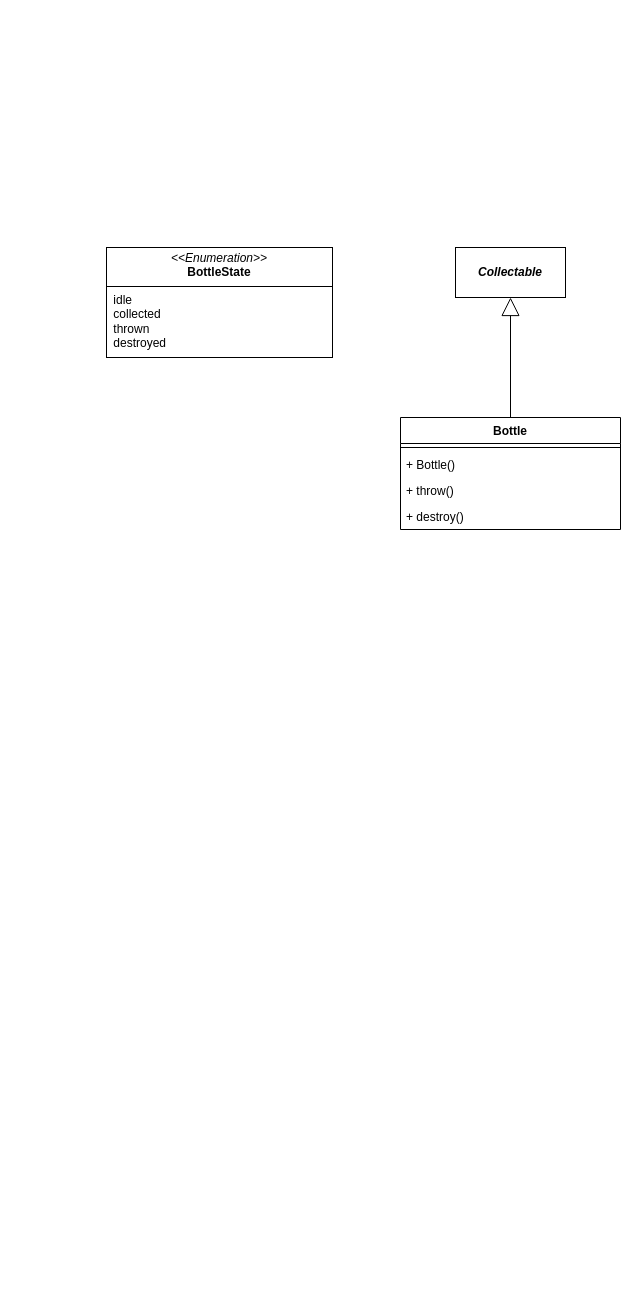
Before: docs/issue/80-diagram.drawio in elma1989/el-pollo-loco, a draw.io diagram. Source tidied: cells renumbered, new cells numbered last; positions are measured from the earlier drawing's top-left corner, leaving out a move shared by most shapes. Both pictures are drawn from the tidied source at 100%, with x=0, y=0 at pixel (106, 247).
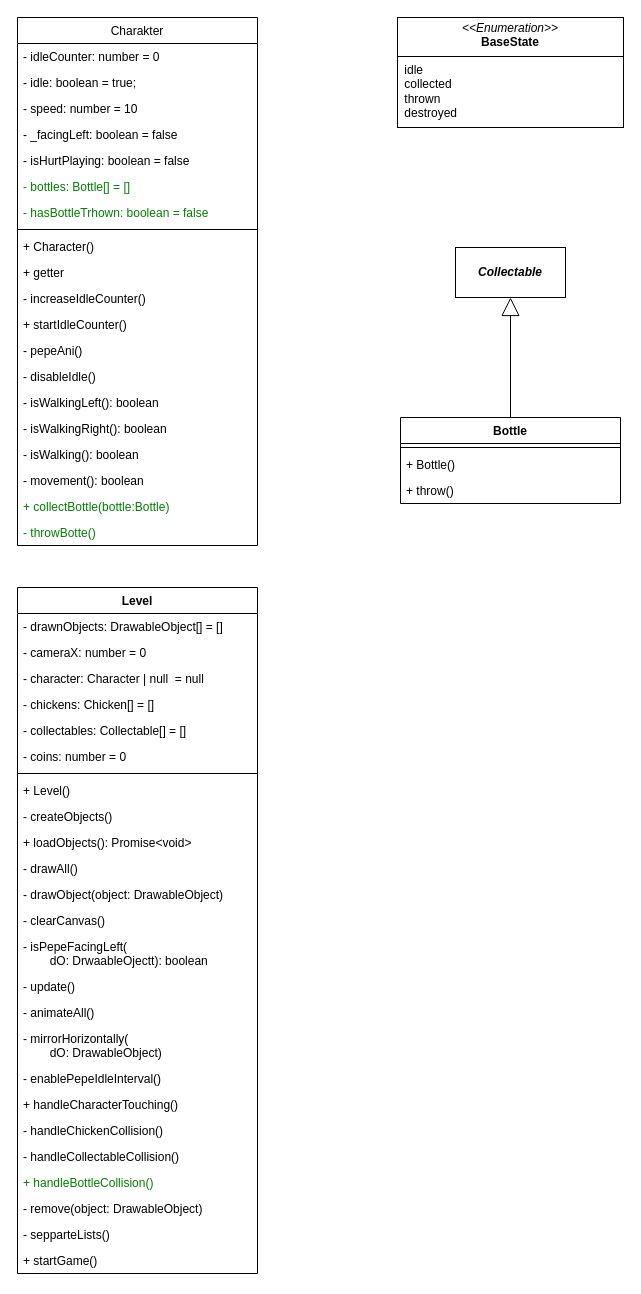
The same diagram, later.

Commit message (it also covers changes not shown here):
doc: Updated issue 80 diagram - Update Character, Level

Change to the diagram source:
```diff
@@
     <mxCell id="3" value="Bottle" style="swimlane;fontStyle=1;align=center;verticalAlign=top;horizontal=1;startSize=26;whiteSpace=wrap;html=1;" parent="1" vertex="1">
-      <mxGeometry x="294" y="170" width="220" height="112" as="geometry" />
+      <mxGeometry x="294" y="170" width="220" height="86" as="geometry" />
     </mxCell>
@@
-    <mxCell id="7" value="+ destroy()" style="text;strokeColor=none;fillColor=none;align=left;verticalAlign=top;spacingLeft=4;spacingRight=4;overflow=hidden;whiteSpace=wrap;html=1;fontStyle=0;" parent="3" vertex="1">
-      <mxGeometry y="86" width="220" height="26" as="geometry" />
-    </mxCell>
@@
-    <mxCell id="9" value="&lt;p style=&quot;margin:0px;margin-top:4px;text-align:center;&quot;&gt;&lt;i&gt;&amp;lt;&amp;lt;Enumeration&amp;gt;&amp;gt;&lt;/i&gt;&lt;br&gt;&lt;b&gt;BottleState&lt;/b&gt;&lt;/p&gt;&lt;hr size=&quot;1&quot; style=&quot;border-style:solid;&quot;&gt;&lt;p style=&quot;margin:0px;margin-left:4px;&quot;&gt;&amp;nbsp;idle&lt;/p&gt;&lt;p style=&quot;margin:0px;margin-left:4px;&quot;&gt;&amp;nbsp;collected&lt;/p&gt;&lt;p style=&quot;margin:0px;margin-left:4px;&quot;&gt;&amp;nbsp;thrown&lt;/p&gt;&lt;p style=&quot;margin:0px;margin-left:4px;&quot;&gt;&amp;nbsp;destroyed&lt;/p&gt;" style="verticalAlign=top;align=left;overflow=fill;html=1;whiteSpace=wrap;" parent="1" vertex="1">
-      <mxGeometry width="226" height="110" as="geometry" />
+    <mxCell id="9" value="&lt;p style=&quot;margin:0px;margin-top:4px;text-align:center;&quot;&gt;&lt;i&gt;&amp;lt;&amp;lt;Enumeration&amp;gt;&amp;gt;&lt;/i&gt;&lt;br&gt;&lt;b&gt;BaseState&lt;/b&gt;&lt;/p&gt;&lt;hr size=&quot;1&quot; style=&quot;border-style:solid;&quot;&gt;&lt;p style=&quot;margin:0px;margin-left:4px;&quot;&gt;&amp;nbsp;idle&lt;/p&gt;&lt;p style=&quot;margin:0px;margin-left:4px;&quot;&gt;&amp;nbsp;collected&lt;/p&gt;&lt;p style=&quot;margin:0px;margin-left:4px;&quot;&gt;&amp;nbsp;thrown&lt;/p&gt;&lt;p style=&quot;margin:0px;margin-left:4px;&quot;&gt;&amp;nbsp;destroyed&lt;/p&gt;" style="verticalAlign=top;align=left;overflow=fill;html=1;whiteSpace=wrap;" parent="1" vertex="1">
+      <mxGeometry x="291" y="-230" width="226" height="110" as="geometry" />
     </mxCell>
+    <mxCell id="10" value="Charakter" style="swimlane;align=center;verticalAlign=top;horizontal=1;startSize=26;whiteSpace=wrap;html=1;strokeColor=default;fontStyle=0;" parent="1" vertex="1">
+      <mxGeometry x="-89" y="-230" width="240" height="528" as="geometry" />
+    </mxCell>
+    <mxCell id="11" value="- idleCounter: number = 0" style="text;strokeColor=none;fillColor=none;align=left;verticalAlign=top;spacingLeft=4;spacingRight=4;overflow=hidden;whiteSpace=wrap;html=1;fontStyle=0;" parent="10" vertex="1">
+      <mxGeometry y="26" width="240" height="26" as="geometry" />
+    </mxCell>
+    <mxCell id="12" value="- idle: boolean = true;" style="text;strokeColor=none;fillColor=none;align=left;verticalAlign=top;spacingLeft=4;spacingRight=4;overflow=hidden;whiteSpace=wrap;html=1;fontStyle=0;" parent="10" vertex="1">
+      <mxGeometry y="52" width="240" height="26" as="geometry" />
+    </mxCell>
+    <mxCell id="13" value="- speed: number = 10" style="text;strokeColor=none;fillColor=none;align=left;verticalAlign=top;spacingLeft=4;spacingRight=4;overflow=hidden;whiteSpace=wrap;html=1;fontStyle=0;" parent="10" vertex="1">
+      <mxGeometry y="78" width="240" height="26" as="geometry" />
+    </mxCell>
+    <mxCell id="14" value="- _facingLeft: boolean = false" style="text;strokeColor=none;fillColor=none;align=left;verticalAlign=top;spacingLeft=4;spacingRight=4;overflow=hidden;whiteSpace=wrap;html=1;fontStyle=0;" parent="10" vertex="1">
+      <mxGeometry y="104" width="240" height="26" as="geometry" />
+    </mxCell>
+    <mxCell id="15" value="- isHurtPlaying: boolean = false" style="text;strokeColor=none;fillColor=none;align=left;verticalAlign=top;spacingLeft=4;spacingRight=4;overflow=hidden;whiteSpace=wrap;html=1;fontStyle=0;" parent="10" vertex="1">
+      <mxGeometry y="130" width="240" height="26" as="geometry" />
+    </mxCell>
+    <mxCell id="16" value="- bottles: Bottle[] = []" style="text;strokeColor=none;fillColor=none;align=left;verticalAlign=top;spacingLeft=4;spacingRight=4;overflow=hidden;whiteSpace=wrap;html=1;fontStyle=0;fontColor=light-dark(#008000,#80FF80);" parent="10" vertex="1">
+      <mxGeometry y="156" width="240" height="26" as="geometry" />
+    </mxCell>
+    <mxCell id="17" value="- hasBottleTrhown: boolean = false" style="text;strokeColor=none;fillColor=none;align=left;verticalAlign=top;spacingLeft=4;spacingRight=4;overflow=hidden;whiteSpace=wrap;html=1;fontStyle=0;fontColor=light-dark(#008000,#80FF80);" parent="10" vertex="1">
+      <mxGeometry y="182" width="240" height="26" as="geometry" />
+    </mxCell>
+    <mxCell id="18" style="line;strokeWidth=1;fillColor=none;align=left;verticalAlign=middle;spacingTop=-1;spacingLeft=3;spacingRight=3;labelPosition=right;strokeColor=inherit;" parent="10" vertex="1">
+      <mxGeometry y="208" width="240" height="8" as="geometry" />
+    </mxCell>
+    <mxCell id="19" value="+ Character()" style="text;strokeColor=none;fillColor=none;align=left;verticalAlign=top;spacingLeft=4;spacingRight=4;overflow=hidden;whiteSpace=wrap;html=1;fontStyle=0;" parent="10" vertex="1">
+      <mxGeometry y="216" width="240" height="26" as="geometry" />
+    </mxCell>
+    <mxCell id="20" value="+ getter" style="text;strokeColor=none;fillColor=none;align=left;verticalAlign=top;spacingLeft=4;spacingRight=4;overflow=hidden;whiteSpace=wrap;html=1;" parent="10" vertex="1">
+      <mxGeometry y="242" width="240" height="26" as="geometry" />
+    </mxCell>
+    <mxCell id="21" value="- increaseIdleCounter()" style="text;strokeColor=none;fillColor=none;align=left;verticalAlign=top;spacingLeft=4;spacingRight=4;overflow=hidden;whiteSpace=wrap;html=1;fontStyle=0;" parent="10" vertex="1">
+      <mxGeometry y="268" width="240" height="26" as="geometry" />
+    </mxCell>
+    <mxCell id="22" value="+ startIdleCounter()" style="text;strokeColor=none;fillColor=none;align=left;verticalAlign=top;spacingLeft=4;spacingRight=4;overflow=hidden;whiteSpace=wrap;html=1;fontStyle=0;" parent="10" vertex="1">
+      <mxGeometry y="294" width="240" height="26" as="geometry" />
+    </mxCell>
+    <mxCell id="23" value="- pepeAni()" style="text;strokeColor=none;fillColor=none;align=left;verticalAlign=top;spacingLeft=4;spacingRight=4;overflow=hidden;whiteSpace=wrap;html=1;fontStyle=0;" parent="10" vertex="1">
+      <mxGeometry y="320" width="240" height="26" as="geometry" />
+    </mxCell>
+    <mxCell id="24" value="- disableIdle()" style="text;strokeColor=none;fillColor=none;align=left;verticalAlign=top;spacingLeft=4;spacingRight=4;overflow=hidden;whiteSpace=wrap;html=1;fontStyle=0;" parent="10" vertex="1">
+      <mxGeometry y="346" width="240" height="26" as="geometry" />
+    </mxCell>
+    <mxCell id="25" value="- isWalkingLeft(): boolean" style="text;strokeColor=none;fillColor=none;align=left;verticalAlign=top;spacingLeft=4;spacingRight=4;overflow=hidden;whiteSpace=wrap;html=1;fontStyle=0;" parent="10" vertex="1">
+      <mxGeometry y="372" width="240" height="26" as="geometry" />
+    </mxCell>
+    <mxCell id="26" value="- isWalkingRight(): boolean" style="text;strokeColor=none;fillColor=none;align=left;verticalAlign=top;spacingLeft=4;spacingRight=4;overflow=hidden;whiteSpace=wrap;html=1;fontStyle=0;" parent="10" vertex="1">
+      <mxGeometry y="398" width="240" height="26" as="geometry" />
+    </mxCell>
+    <mxCell id="27" value="- isWalking(): boolean" style="text;strokeColor=none;fillColor=none;align=left;verticalAlign=top;spacingLeft=4;spacingRight=4;overflow=hidden;whiteSpace=wrap;html=1;fontStyle=0;" parent="10" vertex="1">
+      <mxGeometry y="424" width="240" height="26" as="geometry" />
+    </mxCell>
+    <mxCell id="28" value="- movement(): boolean" style="text;strokeColor=none;fillColor=none;align=left;verticalAlign=top;spacingLeft=4;spacingRight=4;overflow=hidden;whiteSpace=wrap;html=1;fontStyle=0;" parent="10" vertex="1">
+      <mxGeometry y="450" width="240" height="26" as="geometry" />
+    </mxCell>
+    <mxCell id="29" value="+ collectBottle(bottle:Bottle)" style="text;strokeColor=none;fillColor=none;align=left;verticalAlign=top;spacingLeft=4;spacingRight=4;overflow=hidden;whiteSpace=wrap;html=1;fontStyle=0;fontColor=light-dark(#008000,#80FF80);" parent="10" vertex="1">
+      <mxGeometry y="476" width="240" height="26" as="geometry" />
+    </mxCell>
+    <mxCell id="30" value="- throwBotte()" style="text;strokeColor=none;fillColor=none;align=left;verticalAlign=top;spacingLeft=4;spacingRight=4;overflow=hidden;whiteSpace=wrap;html=1;fontStyle=0;fontColor=light-dark(#008000,#80FF80);" parent="10" vertex="1">
+      <mxGeometry y="502" width="240" height="26" as="geometry" />
+    </mxCell>
+    <mxCell id="31" value="Level" style="swimlane;fontStyle=1;align=center;verticalAlign=top;horizontal=1;startSize=26;whiteSpace=wrap;html=1;" parent="1" vertex="1">
+      <mxGeometry x="-89" y="340" width="240" height="686" as="geometry" />
+    </mxCell>
+    <mxCell id="32" value="- drawnObjects: DrawableObject[] = []" style="text;strokeColor=none;fillColor=none;align=left;verticalAlign=top;spacingLeft=4;spacingRight=4;overflow=hidden;whiteSpace=wrap;html=1;" parent="31" vertex="1">
+      <mxGeometry y="26" width="240" height="26" as="geometry" />
+    </mxCell>
+    <mxCell id="33" value="- cameraX: number = 0" style="text;strokeColor=none;fillColor=none;align=left;verticalAlign=top;spacingLeft=4;spacingRight=4;overflow=hidden;whiteSpace=wrap;html=1;" parent="31" vertex="1">
+      <mxGeometry y="52" width="240" height="26" as="geometry" />
+    </mxCell>
+    <mxCell id="34" value="- character: Character | null&amp;nbsp; = null" style="text;strokeColor=none;fillColor=none;align=left;verticalAlign=top;spacingLeft=4;spacingRight=4;overflow=hidden;whiteSpace=wrap;html=1;" parent="31" vertex="1">
+      <mxGeometry y="78" width="240" height="26" as="geometry" />
+    </mxCell>
+    <mxCell id="35" value="- chickens: Chicken[] = []" style="text;strokeColor=none;fillColor=none;align=left;verticalAlign=top;spacingLeft=4;spacingRight=4;overflow=hidden;whiteSpace=wrap;html=1;" parent="31" vertex="1">
+      <mxGeometry y="104" width="240" height="26" as="geometry" />
+    </mxCell>
+    <mxCell id="36" value="- collectables: Collectable[] = []" style="text;strokeColor=none;fillColor=none;align=left;verticalAlign=top;spacingLeft=4;spacingRight=4;overflow=hidden;whiteSpace=wrap;html=1;fontColor=default;" parent="31" vertex="1">
+      <mxGeometry y="130" width="240" height="26" as="geometry" />
+    </mxCell>
+    <mxCell id="37" value="- coins: number = 0" style="text;strokeColor=none;fillColor=none;align=left;verticalAlign=top;spacingLeft=4;spacingRight=4;overflow=hidden;whiteSpace=wrap;html=1;fontColor=default;" parent="31" vertex="1">
+      <mxGeometry y="156" width="240" height="26" as="geometry" />
+    </mxCell>
+    <mxCell id="38" style="line;strokeWidth=1;fillColor=none;align=left;verticalAlign=middle;spacingTop=-1;spacingLeft=3;spacingRight=3;labelPosition=right;strokeColor=inherit;" parent="31" vertex="1">
+      <mxGeometry y="182" width="240" height="8" as="geometry" />
+    </mxCell>
+    <mxCell id="39" value="+ Level()" style="text;strokeColor=none;fillColor=none;align=left;verticalAlign=top;spacingLeft=4;spacingRight=4;overflow=hidden;whiteSpace=wrap;html=1;" parent="31" vertex="1">
+      <mxGeometry y="190" width="240" height="26" as="geometry" />
+    </mxCell>
+    <mxCell id="40" value="- createObjects()" style="text;strokeColor=none;fillColor=none;align=left;verticalAlign=top;spacingLeft=4;spacingRight=4;overflow=hidden;whiteSpace=wrap;html=1;" parent="31" vertex="1">
+      <mxGeometry y="216" width="240" height="26" as="geometry" />
+    </mxCell>
+    <mxCell id="41" value="+ loadObjects(): Promise&amp;lt;void&amp;gt;" style="text;strokeColor=none;fillColor=none;align=left;verticalAlign=top;spacingLeft=4;spacingRight=4;overflow=hidden;whiteSpace=wrap;html=1;" parent="31" vertex="1">
+      <mxGeometry y="242" width="240" height="26" as="geometry" />
+    </mxCell>
+    <mxCell id="42" value="- drawAll()" style="text;strokeColor=none;fillColor=none;align=left;verticalAlign=top;spacingLeft=4;spacingRight=4;overflow=hidden;whiteSpace=wrap;html=1;" parent="31" vertex="1">
+      <mxGeometry y="268" width="240" height="26" as="geometry" />
+    </mxCell>
+    <mxCell id="43" value="- drawObject(object: DrawableObject)" style="text;strokeColor=none;fillColor=none;align=left;verticalAlign=top;spacingLeft=4;spacingRight=4;overflow=hidden;whiteSpace=wrap;html=1;fontColor=default;" parent="31" vertex="1">
+      <mxGeometry y="294" width="240" height="26" as="geometry" />
+    </mxCell>
+    <mxCell id="44" value="- clearCanvas()" style="text;align=left;verticalAlign=top;spacingLeft=4;spacingRight=4;overflow=hidden;whiteSpace=wrap;html=1;" parent="31" vertex="1">
+      <mxGeometry y="320" width="240" height="26" as="geometry" />
+    </mxCell>
+    <mxCell id="45" value="- isPepeFacingLeft(&lt;div&gt;&lt;span style=&quot;white-space: pre;&quot;&gt;&#9;&lt;/span&gt;dO: DrwaableOjectt): boolean&lt;/div&gt;" style="text;strokeColor=none;fillColor=none;align=left;verticalAlign=top;spacingLeft=4;spacingRight=4;overflow=hidden;whiteSpace=wrap;html=1;" parent="31" vertex="1">
+      <mxGeometry y="346" width="240" height="40" as="geometry" />
+    </mxCell>
+    <mxCell id="46" value="- update()" style="text;strokeColor=none;fillColor=none;align=left;verticalAlign=top;spacingLeft=4;spacingRight=4;overflow=hidden;whiteSpace=wrap;html=1;" parent="31" vertex="1">
+      <mxGeometry y="386" width="240" height="26" as="geometry" />
+    </mxCell>
+    <mxCell id="47" value="- animateAll()" style="text;strokeColor=none;fillColor=none;align=left;verticalAlign=top;spacingLeft=4;spacingRight=4;overflow=hidden;whiteSpace=wrap;html=1;" parent="31" vertex="1">
+      <mxGeometry y="412" width="240" height="26" as="geometry" />
+    </mxCell>
+    <mxCell id="48" value="- mirrorHorizontally(&lt;div&gt;&lt;span style=&quot;white-space: pre;&quot;&gt;&#9;&lt;/span&gt;dO: DrawableObject)&lt;/div&gt;" style="text;strokeColor=none;fillColor=none;align=left;verticalAlign=top;spacingLeft=4;spacingRight=4;overflow=hidden;whiteSpace=wrap;html=1;" parent="31" vertex="1">
+      <mxGeometry y="438" width="240" height="40" as="geometry" />
+    </mxCell>
+    <mxCell id="49" value="- enablePepeIdleInterval()" style="text;strokeColor=none;fillColor=none;align=left;verticalAlign=top;spacingLeft=4;spacingRight=4;overflow=hidden;whiteSpace=wrap;html=1;" parent="31" vertex="1">
+      <mxGeometry y="478" width="240" height="26" as="geometry" />
+    </mxCell>
+    <mxCell id="50" value="+ handleCharacterTouching()" style="text;strokeColor=none;fillColor=none;align=left;verticalAlign=top;spacingLeft=4;spacingRight=4;overflow=hidden;whiteSpace=wrap;html=1;" parent="31" vertex="1">
+      <mxGeometry y="504" width="240" height="26" as="geometry" />
+    </mxCell>
+    <mxCell id="51" value="- handleChickenCollision()" style="text;strokeColor=none;fillColor=none;align=left;verticalAlign=top;spacingLeft=4;spacingRight=4;overflow=hidden;whiteSpace=wrap;html=1;fontColor=default;" parent="31" vertex="1">
+      <mxGeometry y="530" width="240" height="26" as="geometry" />
+    </mxCell>
+    <mxCell id="52" value="- handleCollectableCollision()" style="text;strokeColor=none;fillColor=none;align=left;verticalAlign=top;spacingLeft=4;spacingRight=4;overflow=hidden;whiteSpace=wrap;html=1;fontColor=default;" parent="31" vertex="1">
+      <mxGeometry y="556" width="240" height="26" as="geometry" />
+    </mxCell>
+    <mxCell id="53" value="+ handleBottleCollision()" style="text;strokeColor=none;fillColor=none;align=left;verticalAlign=top;spacingLeft=4;spacingRight=4;overflow=hidden;whiteSpace=wrap;html=1;fontColor=light-dark(#008000,#80FF80);" parent="31" vertex="1">
+      <mxGeometry y="582" width="240" height="26" as="geometry" />
+    </mxCell>
+    <mxCell id="54" value="- remove(object: DrawableObject)" style="text;strokeColor=none;fillColor=none;align=left;verticalAlign=top;spacingLeft=4;spacingRight=4;overflow=hidden;whiteSpace=wrap;html=1;fontColor=default;" parent="31" vertex="1">
+      <mxGeometry y="608" width="240" height="26" as="geometry" />
+    </mxCell>
+    <mxCell id="55" value="- sepparteLists()" style="text;strokeColor=none;fillColor=none;align=left;verticalAlign=top;spacingLeft=4;spacingRight=4;overflow=hidden;whiteSpace=wrap;html=1;fontColor=default;" parent="31" vertex="1">
+      <mxGeometry y="634" width="240" height="26" as="geometry" />
+    </mxCell>
+    <mxCell id="56" value="+ startGame()" style="text;strokeColor=none;fillColor=none;align=left;verticalAlign=top;spacingLeft=4;spacingRight=4;overflow=hidden;whiteSpace=wrap;html=1;" parent="31" vertex="1">
+      <mxGeometry y="660" width="240" height="26" as="geometry" />
+    </mxCell>
```
